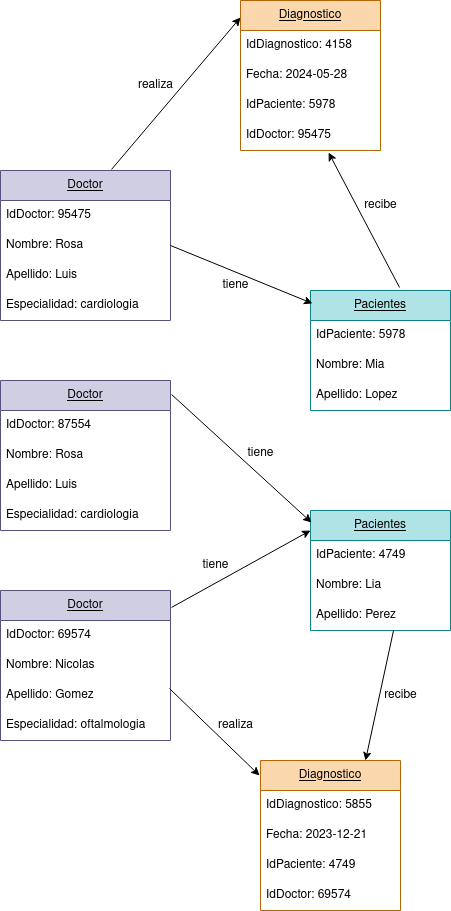
Chugani05/entorno_de_desarrollo keeps this draw.io diagram as diagramas/tarea7 (hospital)/diagrama_objeto_sistema_hospitalario.png. Above is the earlier version. Source tidied: cells renumbered, new cells last; positions are measured from the earlier drawing's top-left corner, leaving out a move shared by most shapes.
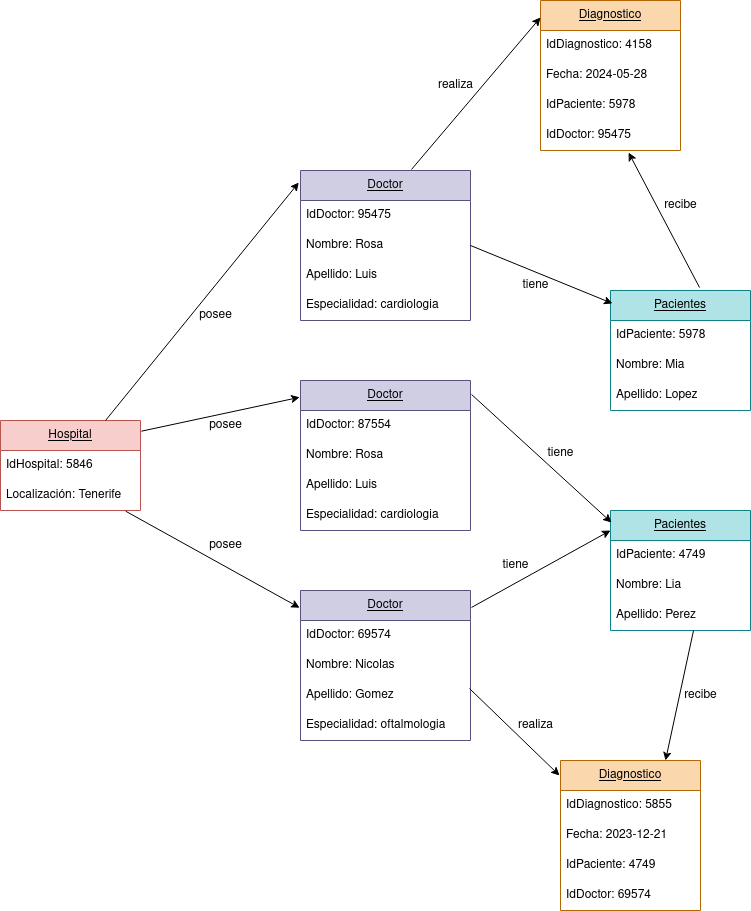
The same diagram one commit later.

The edit, as a diff of the source:
```diff
@@ -145,5 +145,32 @@
     <mxCell id="48" value="recibe" style="text;html=1;align=center;verticalAlign=middle;strokeColor=none;fillColor=none;" parent="1" vertex="1">
       <mxGeometry x="350" y="190" width="60" height="30" as="geometry" />
     </mxCell>
+    <mxCell id="49" value="&lt;u&gt;Hospital&lt;/u&gt;" style="swimlane;fontStyle=0;horizontal=1;startSize=30;whiteSpace=wrap;html=1;fillColor=#f8cecc;strokeColor=#b85450;" parent="1" vertex="1">
+      <mxGeometry x="-300" y="420" width="140" height="90" as="geometry" />
+    </mxCell>
+    <mxCell id="50" value="IdHospital: 5846" style="text;strokeColor=none;fillColor=none;align=left;verticalAlign=middle;spacingLeft=4;spacingRight=4;overflow=hidden;whiteSpace=wrap;html=1;" parent="49" vertex="1">
+      <mxGeometry y="30" width="140" height="30" as="geometry" />
+    </mxCell>
+    <mxCell id="51" value="Localización: Tenerife" style="text;strokeColor=none;fillColor=none;align=left;verticalAlign=middle;spacingLeft=4;spacingRight=4;overflow=hidden;points=[[0,0.5],[1,0.5]];portConstraint=eastwest;whiteSpace=wrap;html=1;" parent="49" vertex="1">
+      <mxGeometry y="60" width="140" height="30" as="geometry" />
+    </mxCell>
+    <mxCell id="52" style="endArrow=classic;html=1;rounded=0;exitX=0.75;exitY=0;exitDx=0;exitDy=0;entryX=-0.01;entryY=0.08;entryDx=0;entryDy=0;entryPerimeter=0;" parent="1" edge="1" source="49" target="30">
+      <mxGeometry relative="1" as="geometry" />
+    </mxCell>
+    <mxCell id="53" style="endArrow=classic;html=1;rounded=0;exitX=1.006;exitY=0.119;exitDx=0;exitDy=0;exitPerimeter=0;entryX=-0.005;entryY=0.112;entryDx=0;entryDy=0;entryPerimeter=0;" parent="1" edge="1" source="49" target="15">
+      <mxGeometry relative="1" as="geometry" />
+    </mxCell>
+    <mxCell id="54" style="endArrow=classic;html=1;rounded=0;exitX=0.894;exitY=1.023;exitDx=0;exitDy=0;exitPerimeter=0;entryX=-0.005;entryY=0.115;entryDx=0;entryDy=0;entryPerimeter=0;" parent="1" edge="1" source="51" target="20">
+      <mxGeometry relative="1" as="geometry" />
+    </mxCell>
+    <mxCell id="55" value="posee" style="text;html=1;align=center;verticalAlign=middle;strokeColor=none;fillColor=none;" parent="1" vertex="1">
+      <mxGeometry x="-115" y="300" width="60" height="30" as="geometry" />
+    </mxCell>
+    <mxCell id="56" value="posee" style="text;html=1;align=center;verticalAlign=middle;strokeColor=none;fillColor=none;" parent="1" vertex="1">
+      <mxGeometry x="-105" y="410" width="60" height="30" as="geometry" />
+    </mxCell>
+    <mxCell id="57" value="posee" style="text;html=1;align=center;verticalAlign=middle;strokeColor=none;fillColor=none;" parent="1" vertex="1">
+      <mxGeometry x="-105" y="530" width="60" height="30" as="geometry" />
+    </mxCell>
   </root>
 </mxGraphModel>
```
